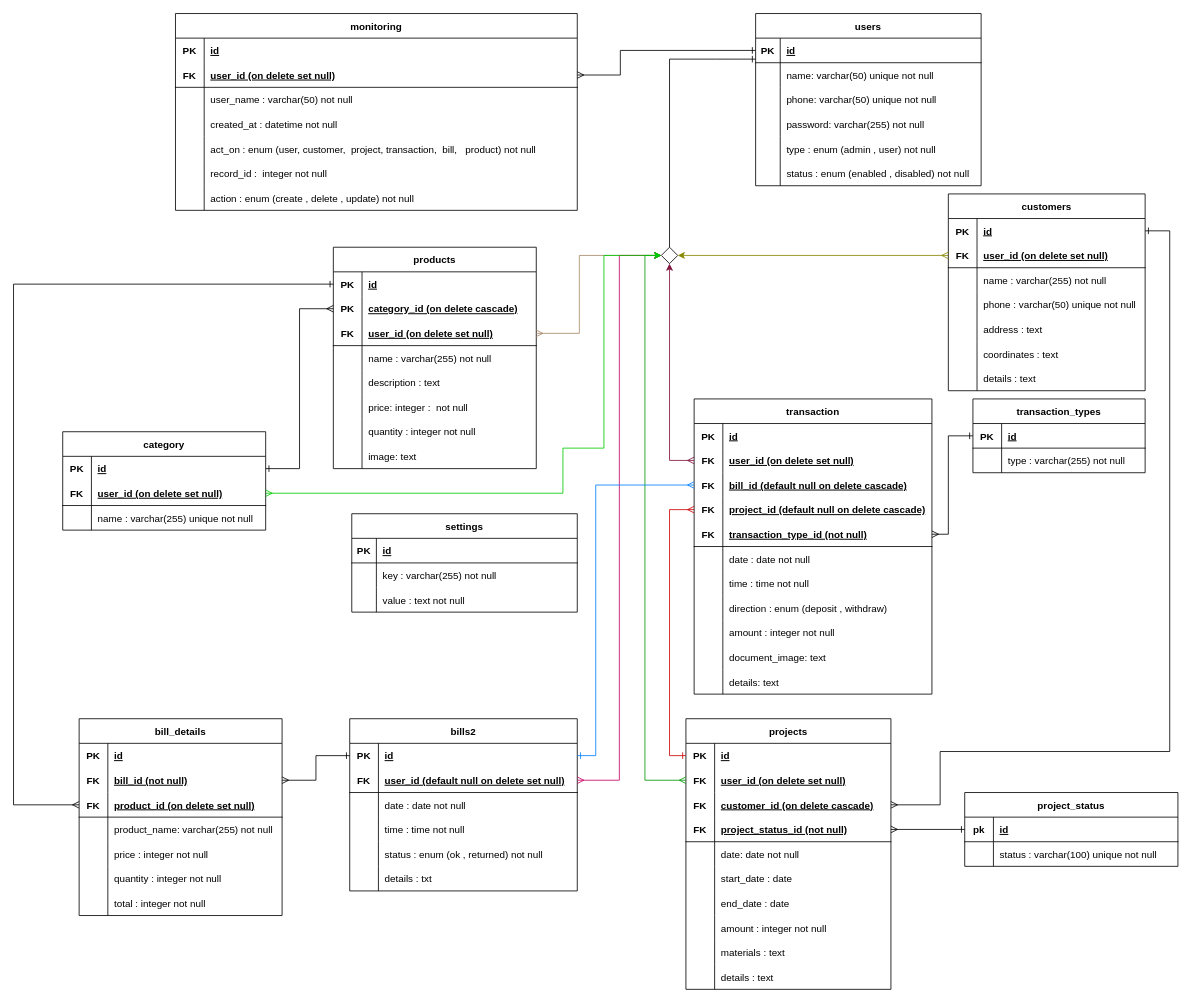
The draw.io diagram page "Schema" (2 of 2) of Diagrams/drawio/ModernHouse.drawio in khaledfathi/ModernHouse, before the edit. Source tidied: cells renumbered, new cells numbered last; positions are measured from the earlier drawing's top-left corner, leaving out a move shared by most shapes. Both pictures are drawn from the tidied source at 82%, with x=0, y=0 at pixel (13, 13).
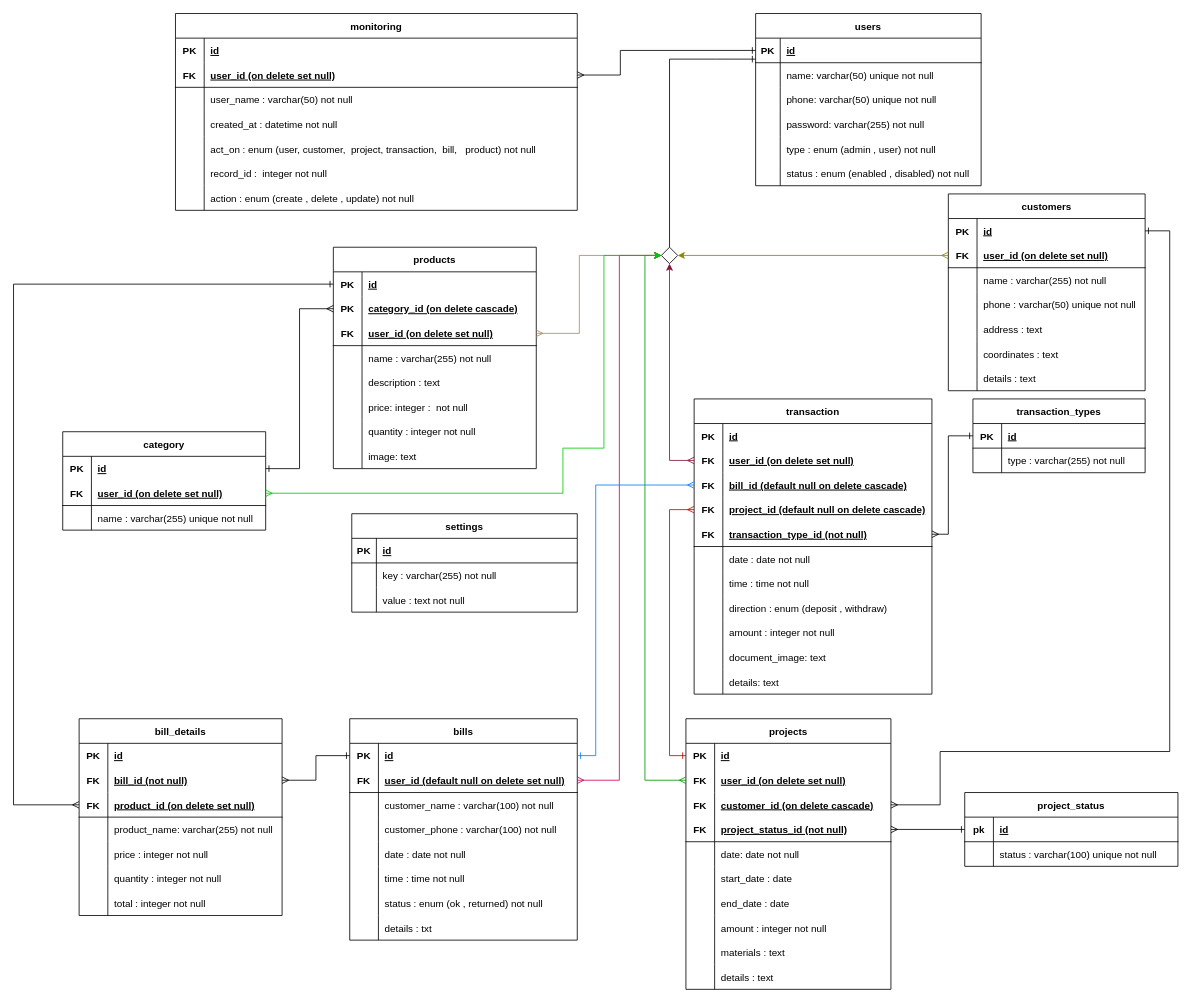
The same page after the edit.

Unchanged cells that the change refers to:
```xml
<mxCell id="50" style="shape=tableRow;horizontal=0;startSize=0;swimlaneHead=0;swimlaneBody=0;fillColor=none;top=0;left=0;right=0;bottom=0;" parent="43" vertex="1">
  <mxGeometry y="90" width="277.5" height="30" as="geometry" />
</mxCell>
```

The edit, as a diff of the source:
```diff
@@
-    <mxCell id="43" value="bills2" style="shape=table;startSize=30;childLayout=tableLayout;rowLines=0;fontStyle=1;align=center;" parent="1" vertex="1">
-      <mxGeometry x="410" y="860" width="277.5" height="210" as="geometry" />
+    <mxCell id="43" value="bills" style="shape=table;startSize=30;childLayout=tableLayout;rowLines=0;fontStyle=1;align=center;" parent="1" vertex="1">
+      <mxGeometry x="410" y="860" width="277.5" height="270" as="geometry" />
     </mxCell>
@@
-    <mxCell id="52" value="date : date not null" style="shape=partialRectangle;fillColor=none;top=0;left=0;bottom=0;right=0;align=left;spacingLeft=6;overflow=hidden;" parent="50" vertex="1">
+    <mxCell id="52" value="customer_name : varchar(100) not null" style="shape=partialRectangle;fillColor=none;top=0;left=0;bottom=0;right=0;align=left;spacingLeft=6;overflow=hidden;" parent="50" vertex="1">
       <mxGeometry x="35" width="242.5" height="30" as="geometry" />
     </mxCell>
+    <mxCell id="247" style="shape=tableRow;horizontal=0;startSize=0;swimlaneHead=0;swimlaneBody=0;fillColor=none;top=0;left=0;right=0;bottom=0;" parent="43" vertex="1">
+      <mxGeometry y="120" width="277.5" height="30" as="geometry" />
+    </mxCell>
+    <mxCell id="248" style="shape=partialRectangle;fillColor=none;top=0;left=0;bottom=0;right=0;overflow=hidden;" parent="247" vertex="1">
+      <mxGeometry width="35" height="30" as="geometry" />
+    </mxCell>
+    <mxCell id="249" value="customer_phone : varchar(100) not null" style="shape=partialRectangle;fillColor=none;top=0;left=0;bottom=0;right=0;align=left;spacingLeft=6;overflow=hidden;" parent="247" vertex="1">
+      <mxGeometry x="35" width="242.5" height="30" as="geometry" />
+    </mxCell>
+    <mxCell id="250" style="shape=tableRow;horizontal=0;startSize=0;swimlaneHead=0;swimlaneBody=0;fillColor=none;top=0;left=0;right=0;bottom=0;" parent="43" vertex="1">
+      <mxGeometry y="150" width="277.5" height="30" as="geometry" />
+    </mxCell>
+    <mxCell id="251" style="shape=partialRectangle;fillColor=none;top=0;left=0;bottom=0;right=0;overflow=hidden;" parent="250" vertex="1">
+      <mxGeometry width="35" height="30" as="geometry" />
+    </mxCell>
+    <mxCell id="252" value="date : date not null" style="shape=partialRectangle;fillColor=none;top=0;left=0;bottom=0;right=0;align=left;spacingLeft=6;overflow=hidden;" parent="250" vertex="1">
+      <mxGeometry x="35" width="242.5" height="30" as="geometry" />
+    </mxCell>
     <mxCell id="53" style="shape=tableRow;horizontal=0;startSize=0;swimlaneHead=0;swimlaneBody=0;fillColor=none;top=0;left=0;right=0;bottom=0;" parent="43" vertex="1">
-      <mxGeometry y="120" width="277.5" height="30" as="geometry" />
+      <mxGeometry y="180" width="277.5" height="30" as="geometry" />
     </mxCell>
@@
     <mxCell id="56" style="shape=tableRow;horizontal=0;startSize=0;swimlaneHead=0;swimlaneBody=0;fillColor=none;top=0;left=0;right=0;bottom=0;" parent="43" vertex="1">
-      <mxGeometry y="150" width="277.5" height="30" as="geometry" />
+      <mxGeometry y="210" width="277.5" height="30" as="geometry" />
     </mxCell>
@@
     <mxCell id="59" style="shape=tableRow;horizontal=0;startSize=0;swimlaneHead=0;swimlaneBody=0;fillColor=none;top=0;left=0;right=0;bottom=0;" parent="43" vertex="1">
-      <mxGeometry y="180" width="277.5" height="30" as="geometry" />
+      <mxGeometry y="240" width="277.5" height="30" as="geometry" />
     </mxCell>
```
